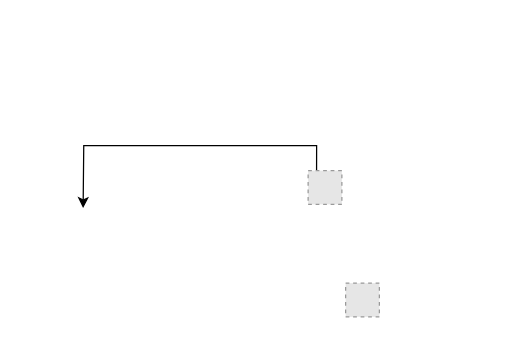
Above: architecture/rabbitmq.drawio in TreeStone94/drawio (draw.io), before the change. Source tidied: cells renumbered, new cells numbered last; positions are measured from the earlier drawing's top-left corner, leaving out a move shared by most shapes. Both pictures are drawn from the tidied source at 125%, with x=0, y=0 at pixel (82, 170). Pictures stored in the file or linked from it are replaced by grey dashed boxes.
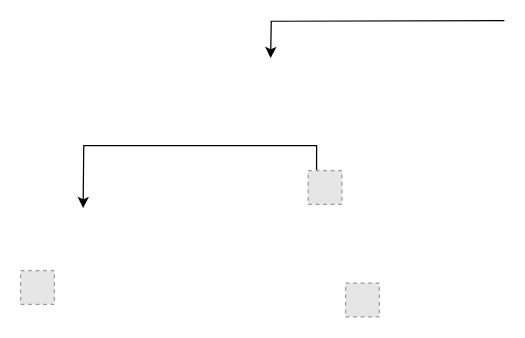
The same page after the edit.

Diff of the diagram source:
```diff
@@
 <mxGraphModel>
   <root>
     <mxCell id="0" />
     <mxCell id="1" parent="0" />
     <mxCell id="2" style="edgeStyle=orthogonalEdgeStyle;rounded=0;jettySize=auto;html=1;exitX=0.25;exitY=0;exitDx=0;exitDy=0;" parent="1" edge="1" source="3">
       <mxGeometry relative="1" as="geometry">
         <mxPoint y="30" as="targetPoint" />
       </mxGeometry>
     </mxCell>
     <mxCell id="3" style="fillColor=#E6E6E6;strokeColor=#999999;dashed=1;verticalLabelPosition=bottom;labelBackgroundColor=#ffffff;verticalAlign=top;" parent="1" vertex="1">
       <mxGeometry x="180" width="27" height="27" as="geometry" />
     </mxCell>
     <mxCell id="4" style="fillColor=#E6E6E6;strokeColor=#999999;dashed=1;verticalLabelPosition=bottom;labelBackgroundColor=#ffffff;verticalAlign=top;" parent="1" vertex="1">
       <mxGeometry x="210" y="90" width="27" height="27" as="geometry" />
     </mxCell>
+    <mxCell id="5" style="edgeStyle=orthogonalEdgeStyle;rounded=0;orthogonalLoop=1;jettySize=auto;html=1;exitX=0.25;exitY=0;exitDx=0;exitDy=0;" parent="1" edge="1">
+      <mxGeometry relative="1" as="geometry">
+        <mxPoint x="337" y="-120" as="sourcePoint" />
+        <mxPoint x="150" y="-90" as="targetPoint" />
+      </mxGeometry>
+    </mxCell>
+    <mxCell id="6" style="fillColor=#E6E6E6;strokeColor=#999999;dashed=1;verticalLabelPosition=bottom;labelBackgroundColor=#ffffff;verticalAlign=top;" parent="1" vertex="1">
+      <mxGeometry x="-50" y="80" width="27" height="27" as="geometry" />
+    </mxCell>
   </root>
 </mxGraphModel>
```
